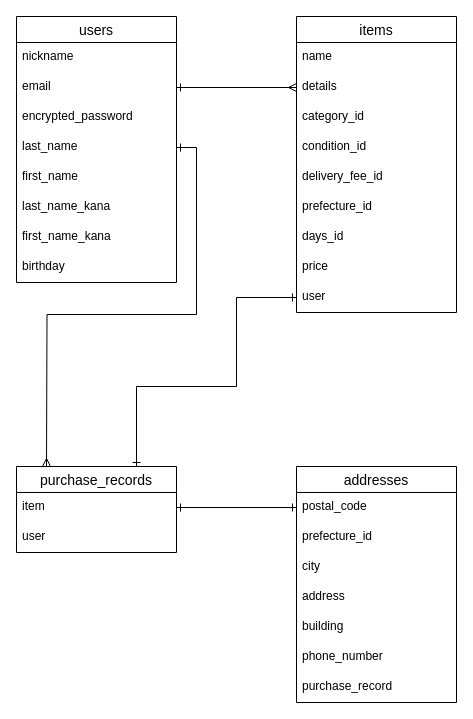
The draw.io diagram ER.dio in ijapamen/furima-29110, before the edit. Source tidied: cells renumbered, new cells numbered last; positions are measured from the earlier drawing's top-left corner, leaving out a move shared by most shapes. Both pictures are drawn from the tidied source at 100%, with x=0, y=0 at pixel (16, 16).
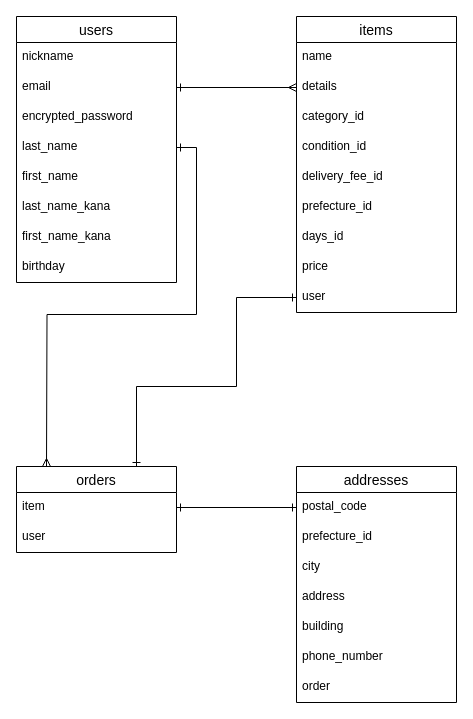
The same diagram, later.

Commit message (it also covers changes not shown here):
ordersテーブルに名前を変更

Unchanged cells that the change refers to:
```xml
<mxCell id="12" value="addresses" style="swimlane;fontStyle=0;horizontal=1;startSize=26;align=center;fontSize=14;" parent="1" vertex="1">
  <mxGeometry x="280" y="450" width="160" height="236" as="geometry" />
</mxCell>
```

The edit, as a diff of the source:
```diff
@@
-    <mxCell id="19" value="purchase_record" style="text;strokeColor=none;fillColor=none;spacingLeft=4;spacingRight=4;overflow=hidden;fontSize=12;" parent="12" vertex="1">
+    <mxCell id="19" value="order&#10;" style="text;strokeColor=none;fillColor=none;spacingLeft=4;spacingRight=4;overflow=hidden;fontSize=12;" parent="12" vertex="1">
       <mxGeometry y="206" width="160" height="30" as="geometry" />
     </mxCell>
@@
-    <mxCell id="33" value="purchase_records" style="swimlane;fontStyle=0;horizontal=1;startSize=26;align=center;fontSize=14;" parent="1" vertex="1">
+    <mxCell id="33" value="orders" style="swimlane;fontStyle=0;horizontal=1;startSize=26;align=center;fontSize=14;" parent="1" vertex="1">
       <mxGeometry y="450" width="160" height="86" as="geometry" />
     </mxCell>
```
